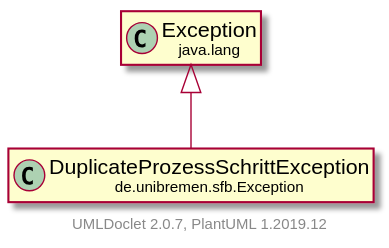
fkehlenb/softwareprojekt-2 keeps this PlantUML diagram as doc/UML/modulsichtSVG/DuplicateProzessSchrittException.svg. Above is the earlier version. Source of this version:
```plantuml
@startuml
    set namespaceSeparator none
    hide empty fields
    hide empty methods

    class "<size:14>DuplicateProzessSchrittException\n<size:10>de.unibremen.sfb.Exception" as de.unibremen.sfb.Exception.DuplicateProzessSchrittException [[DuplicateProzessSchrittException.html]]

    class "<size:14>Exception\n<size:10>java.lang" as java.lang.Exception [[https://docs.oracle.com/en/java/javase/11/docs/api/java.base/java/lang/Exception.html?is-external=true]]

    java.lang.Exception <|-- de.unibremen.sfb.Exception.DuplicateProzessSchrittException

    center footer UMLDoclet 2.0.7, PlantUML 1.2019.12
@enduml
```
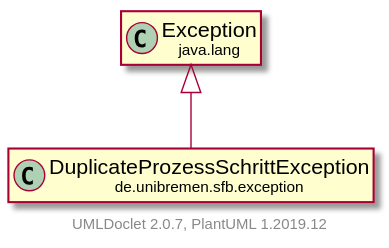
The same file after the commit.

The edit, as a diff of the source:
```diff
@@ -3,11 +3,11 @@
     hide empty fields
     hide empty methods
 
-    class "<size:14>DuplicateProzessSchrittException\n<size:10>de.unibremen.sfb.Exception" as de.unibremen.sfb.Exception.DuplicateProzessSchrittException [[DuplicateProzessSchrittException.html]]
+    class "<size:14>DuplicateProzessSchrittException\n<size:10>de.unibremen.sfb.exception" as de.unibremen.sfb.exception.DuplicateProzessSchrittException [[DuplicateProzessSchrittException.html]]
 
-    class "<size:14>Exception\n<size:10>java.lang" as java.lang.Exception [[https://docs.oracle.com/en/java/javase/11/docs/api/java.base/java/lang/Exception.html?is-external=true]]
+    class "<size:14>exception\n<size:10>java.lang" as java.lang.exception [[https://docs.oracle.com/en/java/javase/11/docs/api/java.base/java/lang/Exception.html?is-external=true]]
 
-    java.lang.Exception <|-- de.unibremen.sfb.Exception.DuplicateProzessSchrittException
+    java.lang.exception <|-- de.unibremen.sfb.exception.DuplicateProzessSchrittException
 
     center footer UMLDoclet 2.0.7, PlantUML 1.2019.12
 @enduml
```
